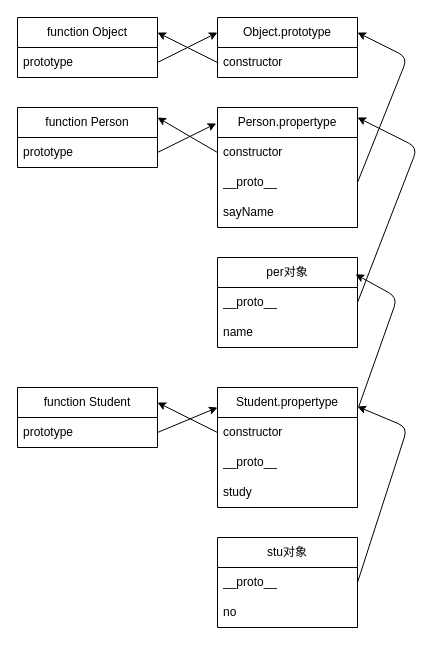
YanFang150602/note-javascript keeps this draw.io diagram as 13_JS原型链和继承/07_继承-原型链的继承方案.drawio. Above is the earlier version. Source tidied: cells renumbered, new cells numbered last; positions are measured from the earlier drawing's top-left corner, leaving out a move shared by most shapes. Both pictures are drawn from the tidied source at 100%, with x=0, y=0 at pixel (17, 17).
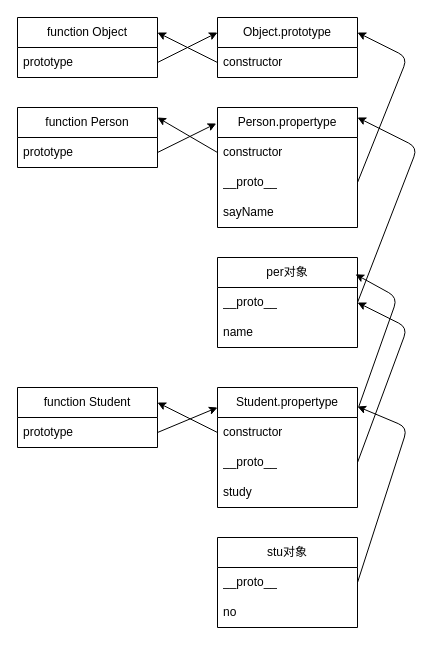
The same page after the edit.

Unchanged cells that the change refers to:
```xml
<mxCell id="13" value="&lt;span style=&quot;color: rgb(0, 0, 0);&quot;&gt;__proto__&lt;/span&gt;" style="text;strokeColor=none;fillColor=none;align=left;verticalAlign=middle;spacingLeft=4;spacingRight=4;overflow=hidden;points=[[0,0.5],[1,0.5]];portConstraint=eastwest;whiteSpace=wrap;html=1;" parent="11" vertex="1">
  <mxGeometry y="60" width="140" height="30" as="geometry" />
</mxCell>
<mxCell id="20" value="__proto__" style="text;strokeColor=none;fillColor=none;align=left;verticalAlign=middle;spacingLeft=4;spacingRight=4;overflow=hidden;points=[[0,0.5],[1,0.5]];portConstraint=eastwest;whiteSpace=wrap;html=1;" parent="19" vertex="1">
  <mxGeometry y="30" width="140" height="30" as="geometry" />
</mxCell>
```

Change to the diagram source:
```diff
@@
+    <mxCell id="34" style="edgeStyle=none;html=1;exitX=1;exitY=0.5;exitDx=0;exitDy=0;entryX=1;entryY=0.5;entryDx=0;entryDy=0;" parent="1" edge="1" source="13" target="20">
+      <mxGeometry relative="1" as="geometry">
+        <Array as="points">
+          <mxPoint x="390" y="310" />
+        </Array>
+      </mxGeometry>
+    </mxCell>
```
